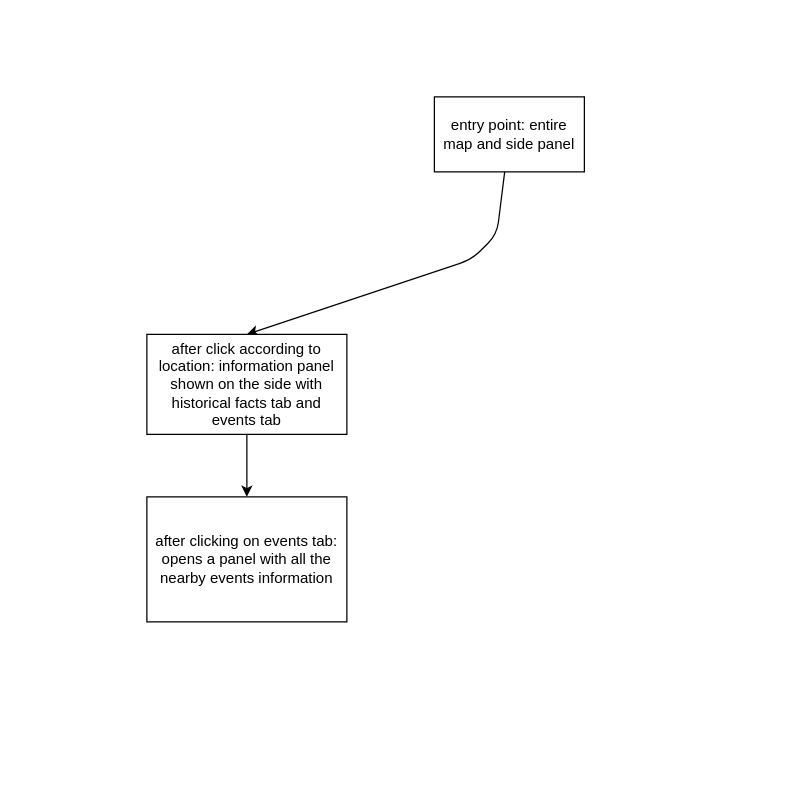
Before: ux-design/wireframe.drawio in sachiniyer/resow, a draw.io diagram. Source tidied: cells renumbered, new cells numbered last; positions are measured from the earlier drawing's top-left corner, leaving out a move shared by most shapes. Both pictures are drawn from the tidied source at 125%, with x=0, y=0 at pixel (146, 96).
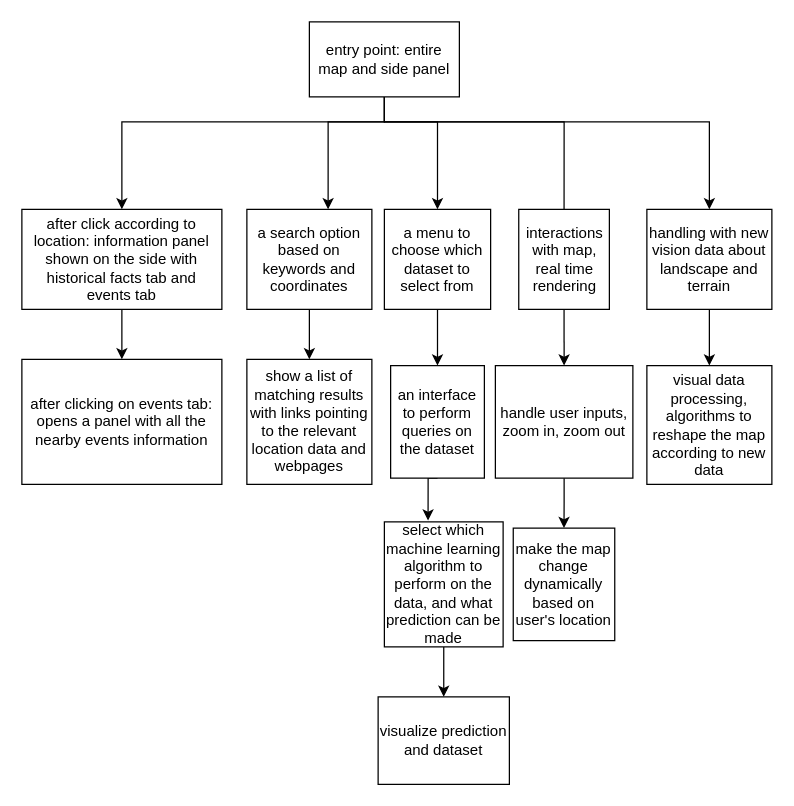
The same diagram, later.

Diff of the diagram source:
```diff
@@
-    <mxCell id="2" style="edgeStyle=none;html=1;entryX=0.5;entryY=0;entryDx=0;entryDy=0;" parent="1" edge="1" source="3" target="5">
+    <mxCell id="2" style="edgeStyle=orthogonalEdgeStyle;rounded=0;jettySize=auto;html=1;" parent="1" edge="1" source="3" target="5">
       <mxGeometry relative="1" as="geometry">
         <Array as="points">
-          <mxPoint x="280" y="110" />
-          <mxPoint x="260" y="130" />
+          <mxPoint x="190" y="20" />
+          <mxPoint x="-20" y="20" />
         </Array>
       </mxGeometry>
     </mxCell>
+    <mxCell id="7" style="edgeStyle=orthogonalEdgeStyle;rounded=0;jettySize=auto;html=1;exitX=0.5;exitY=0;exitDx=0;exitDy=0;" parent="1" edge="1" source="21" target="11">
+      <mxGeometry relative="1" as="geometry">
+        <Array as="points">
+          <mxPoint x="334" y="20" />
+          <mxPoint x="145" y="20" />
+        </Array>
+      </mxGeometry>
+    </mxCell>
+    <mxCell id="8" style="edgeStyle=orthogonalEdgeStyle;rounded=0;jettySize=auto;html=1;entryX=0.5;entryY=0;entryDx=0;entryDy=0;" parent="1" edge="1" source="3" target="14">
+      <mxGeometry relative="1" as="geometry">
+        <Array as="points">
+          <mxPoint x="190" y="20" />
+          <mxPoint x="233" y="20" />
+        </Array>
+      </mxGeometry>
+    </mxCell>
+    <mxCell id="9" style="edgeStyle=orthogonalEdgeStyle;rounded=0;jettySize=auto;html=1;exitX=0.5;exitY=1;exitDx=0;exitDy=0;entryX=0.5;entryY=0;entryDx=0;entryDy=0;" parent="1" edge="1" source="3" target="26">
+      <mxGeometry relative="1" as="geometry">
+        <Array as="points">
+          <mxPoint x="190" y="20" />
+          <mxPoint x="450" y="20" />
+        </Array>
+      </mxGeometry>
+    </mxCell>
     <mxCell id="3" value="&lt;div&gt;entry point: entire map and side panel&lt;/div&gt;" style="whiteSpace=wrap;html=1;" parent="1" vertex="1">
-      <mxGeometry x="230" width="120" height="60" as="geometry" />
+      <mxGeometry x="130" y="-60" width="120" height="60" as="geometry" />
     </mxCell>
@@
     <mxCell id="5" value="after click according to location: information panel shown on the side with historical facts tab and events tab" style="whiteSpace=wrap;html=1;" parent="1" vertex="1">
-      <mxGeometry y="190" width="160" height="80" as="geometry" />
+      <mxGeometry x="-100" y="90" width="160" height="80" as="geometry" />
     </mxCell>
     <mxCell id="6" value="after clicking on events tab: opens a panel with all the nearby events information" style="rounded=0;whiteSpace=wrap;html=1;" parent="1" vertex="1">
-      <mxGeometry y="320" width="160" height="100" as="geometry" />
+      <mxGeometry x="-100" y="210" width="160" height="100" as="geometry" />
     </mxCell>
+    <mxCell id="10" style="edgeStyle=orthogonalEdgeStyle;rounded=0;jettySize=auto;html=1;exitX=0.5;exitY=1;exitDx=0;exitDy=0;entryX=0.5;entryY=0;entryDx=0;entryDy=0;entryPerimeter=0;" parent="1" edge="1" source="11" target="12">
+      <mxGeometry relative="1" as="geometry" />
+    </mxCell>
+    <mxCell id="11" value="a search option based on keywords and coordinates" style="whiteSpace=wrap;html=1;" parent="1" vertex="1">
+      <mxGeometry x="80" y="90" width="100" height="80" as="geometry" />
+    </mxCell>
+    <mxCell id="12" value="show a list of matching results with links pointing to the relevant location data and webpages" style="whiteSpace=wrap;html=1;" parent="1" vertex="1">
+      <mxGeometry x="80" y="210" width="100" height="100" as="geometry" />
+    </mxCell>
+    <mxCell id="13" style="edgeStyle=orthogonalEdgeStyle;rounded=0;jettySize=auto;html=1;exitX=0.5;exitY=1;exitDx=0;exitDy=0;entryX=0.5;entryY=0;entryDx=0;entryDy=0;" parent="1" edge="1" source="14" target="16">
+      <mxGeometry relative="1" as="geometry" />
+    </mxCell>
+    <mxCell id="14" value="a menu to choose which dataset to select from" style="whiteSpace=wrap;html=1;" parent="1" vertex="1">
+      <mxGeometry x="190" y="90" width="85" height="80" as="geometry" />
+    </mxCell>
+    <mxCell id="15" style="edgeStyle=orthogonalEdgeStyle;rounded=0;jettySize=auto;html=1;exitX=0.5;exitY=1;exitDx=0;exitDy=0;entryX=0.368;entryY=-0.01;entryDx=0;entryDy=0;entryPerimeter=0;" parent="1" edge="1" source="16" target="18">
+      <mxGeometry relative="1" as="geometry" />
+    </mxCell>
+    <mxCell id="16" value="an interface to perform queries on the dataset" style="whiteSpace=wrap;html=1;" parent="1" vertex="1">
+      <mxGeometry x="195" y="215" width="75" height="90" as="geometry" />
+    </mxCell>
+    <mxCell id="17" style="edgeStyle=orthogonalEdgeStyle;rounded=0;jettySize=auto;html=1;entryX=0.5;entryY=0;entryDx=0;entryDy=0;" parent="1" edge="1" source="18" target="19">
+      <mxGeometry relative="1" as="geometry" />
+    </mxCell>
+    <mxCell id="18" value="select which machine learning algorithm to perform on the data, and what prediction can be made" style="whiteSpace=wrap;html=1;" parent="1" vertex="1">
+      <mxGeometry x="190" y="340" width="95" height="100" as="geometry" />
+    </mxCell>
+    <mxCell id="19" value="visualize prediction and dataset" style="whiteSpace=wrap;html=1;" parent="1" vertex="1">
+      <mxGeometry x="185" y="480" width="105" height="70" as="geometry" />
+    </mxCell>
+    <mxCell id="20" style="edgeStyle=orthogonalEdgeStyle;rounded=0;jettySize=auto;html=1;exitX=0.5;exitY=1;exitDx=0;exitDy=0;entryX=0.5;entryY=0;entryDx=0;entryDy=0;" parent="1" edge="1" source="21" target="23">
+      <mxGeometry relative="1" as="geometry" />
+    </mxCell>
+    <mxCell id="21" value="interactions with map, real time rendering" style="whiteSpace=wrap;html=1;" parent="1" vertex="1">
+      <mxGeometry x="297.5" y="90" width="72.5" height="80" as="geometry" />
+    </mxCell>
+    <mxCell id="22" style="edgeStyle=orthogonalEdgeStyle;rounded=0;jettySize=auto;html=1;exitX=0.5;exitY=1;exitDx=0;exitDy=0;" parent="1" edge="1" source="23" target="24">
+      <mxGeometry relative="1" as="geometry" />
+    </mxCell>
+    <mxCell id="23" value="handle user inputs, zoom in, zoom out" style="whiteSpace=wrap;html=1;" parent="1" vertex="1">
+      <mxGeometry x="278.8" y="215" width="110" height="90" as="geometry" />
+    </mxCell>
+    <mxCell id="24" value="make the map change dynamically based on user's location" style="whiteSpace=wrap;html=1;" parent="1" vertex="1">
+      <mxGeometry x="293.1" y="345" width="81.2" height="90" as="geometry" />
+    </mxCell>
+    <mxCell id="25" style="edgeStyle=orthogonalEdgeStyle;rounded=0;jettySize=auto;html=1;exitX=0.5;exitY=1;exitDx=0;exitDy=0;entryX=0.5;entryY=0;entryDx=0;entryDy=0;" parent="1" edge="1" source="26" target="27">
+      <mxGeometry relative="1" as="geometry" />
+    </mxCell>
+    <mxCell id="26" value="handling with new vision data about landscape and terrain" style="whiteSpace=wrap;html=1;" parent="1" vertex="1">
+      <mxGeometry x="400" y="90" width="100" height="80" as="geometry" />
+    </mxCell>
+    <mxCell id="27" value="visual data processing, algorithms to reshape the map according to new data&lt;br&gt;" style="whiteSpace=wrap;html=1;" parent="1" vertex="1">
+      <mxGeometry x="400" y="215" width="100" height="95" as="geometry" />
+    </mxCell>
```
